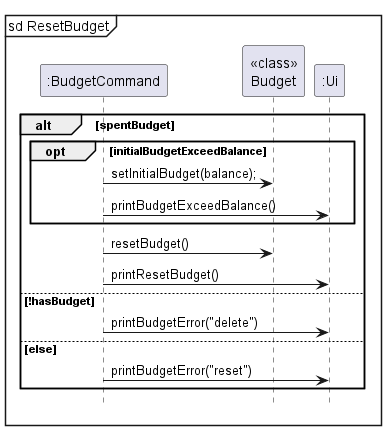
This is docs/images/resetBudget.png from nus-cs2113-AY2324S1/tp, a PlantUML export, as it was before one commit.
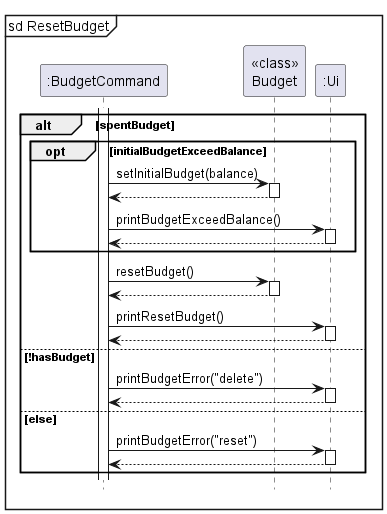
After the commit.

The edit, as a diff of the source:
```diff
@@ -1,21 +1,31 @@
 @startuml
+
+autoactivate on
 
 mainframe sd ResetBudget
 participant ":BudgetCommand" as BudgetCommand
 participant "<<class>>\nBudget" as Budget
 participant ":Ui" as Ui
 
+activate BudgetCommand
+
 alt spentBudget
     opt initialBudgetExceedBalance
-        BudgetCommand -> Budget: setInitialBudget(balance);
+        BudgetCommand -> Budget: setInitialBudget(balance)
+        return
         BudgetCommand -> Ui: printBudgetExceedBalance()
+        return
     end
     BudgetCommand -> Budget: resetBudget()
+    return
     BudgetCommand -> Ui: printResetBudget()
+    return
 else !hasBudget
     BudgetCommand -> Ui: printBudgetError("delete")
+    return
 else else
     BudgetCommand -> Ui: printBudgetError("reset")
+    return
 end
 
 hide footbox
```
